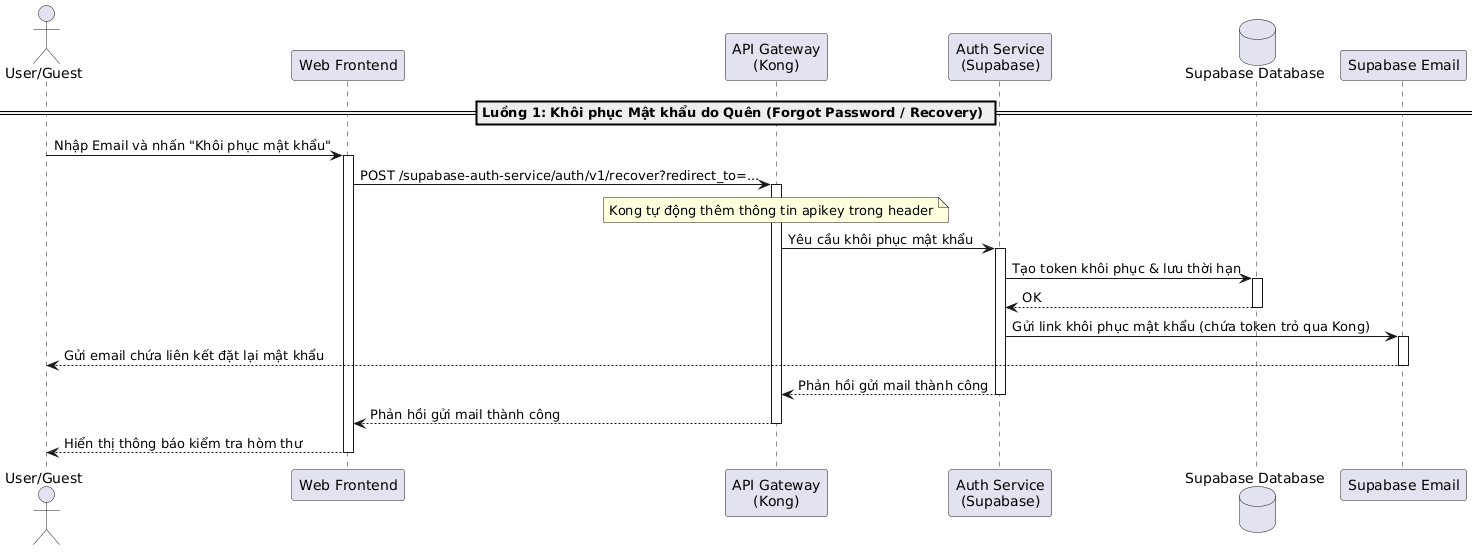
20206205Tech/docs-latex keeps this PlantUML diagram as latex/contents/Sequence/UML-Sequence-UserForgotPasswordRequest.png. Above is the earlier version.
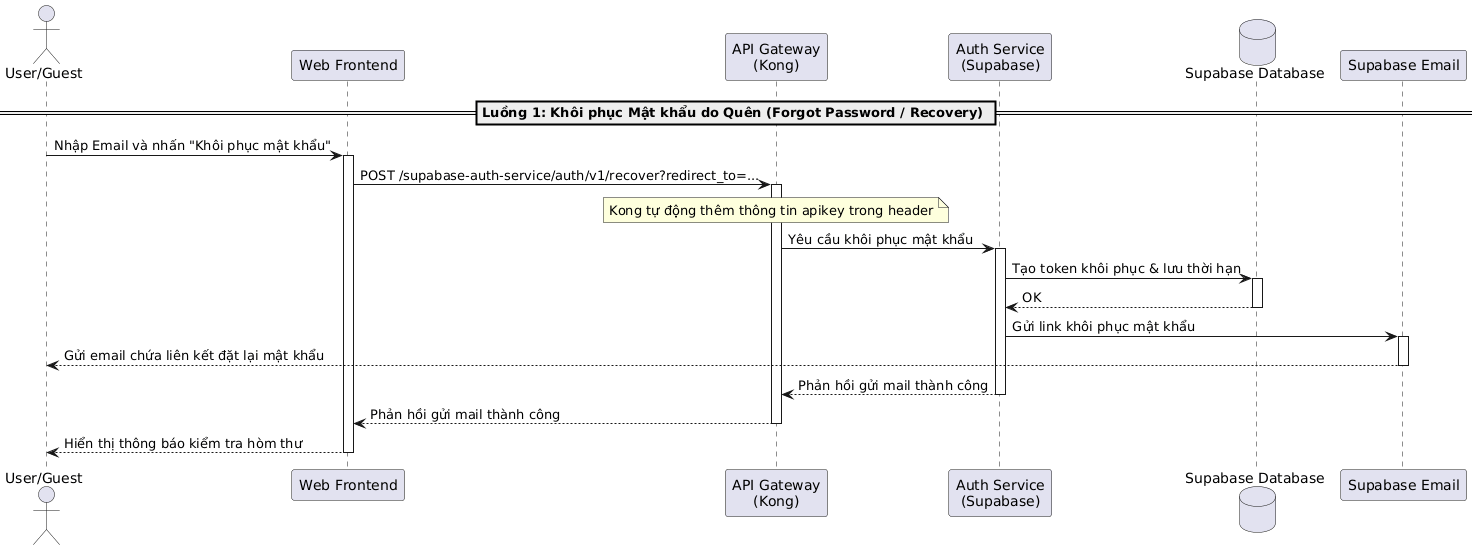
Later version of the same file.

Diff of the diagram source:
```diff
@@ -19,7 +19,7 @@
 activate DB
 DB --> AuthService: OK
 deactivate DB
-AuthService -> Email: Gửi link khôi phục mật khẩu (chứa token trỏ qua Kong)
+AuthService -> Email: Gửi link khôi phục mật khẩu
 activate Email
 Email --> User: Gửi email chứa liên kết đặt lại mật khẩu
 deactivate Email
```
